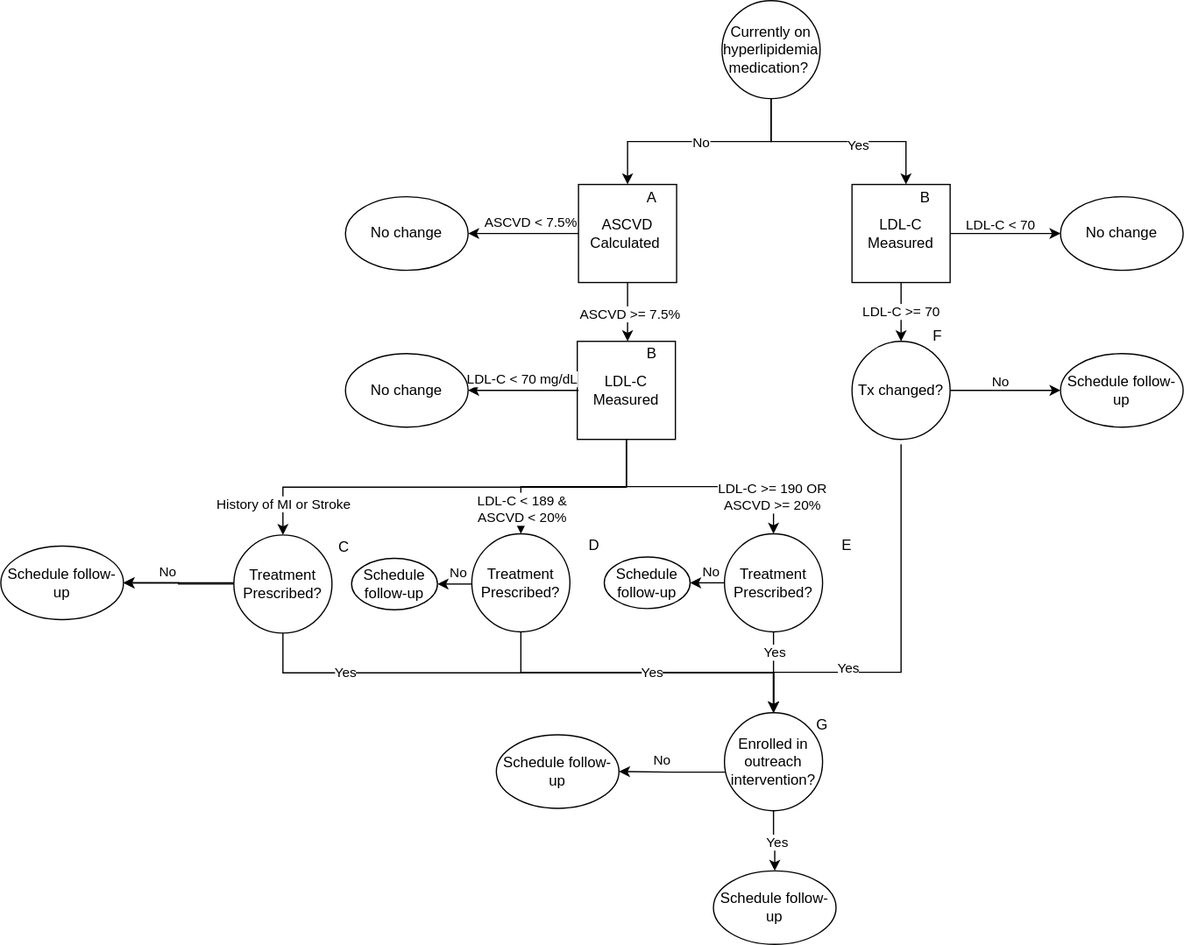
Before: docs/source/concept_models/vivarium_us_cvd/ldl_ramp_all.svg, a diagram exported from draw.io (ihmeuw/vivarium_research). Source tidied: cells renumbered, new cells last; positions are measured from the earlier drawing's top-left corner, leaving out a move shared by most shapes.
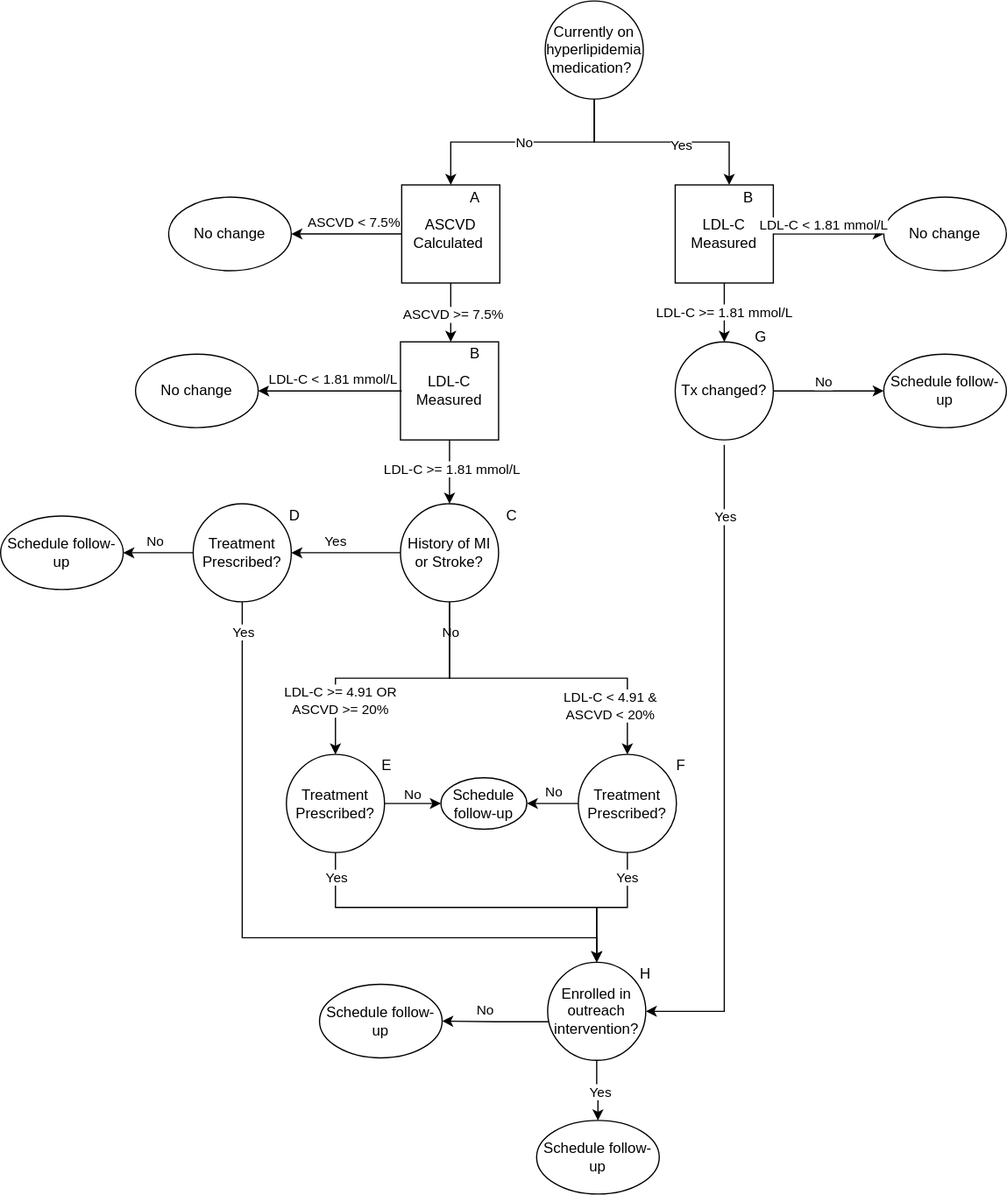
The same diagram one commit later.

What changed in the source:
```diff
@@ -19,19 +19,16 @@
     <mxCell id="6" style="edgeStyle=orthogonalEdgeStyle;rounded=0;jettySize=auto;html=1;entryX=0.5;entryY=0;entryDx=0;entryDy=0;exitX=0.5;exitY=1;exitDx=0;exitDy=0;" parent="1" edge="1" source="2" target="9">
       <mxGeometry relative="1" as="geometry" />
     </mxCell>
-    <mxCell id="7" value="History of MI or Stroke&amp;nbsp;" style="edgeLabel;html=1;align=center;verticalAlign=middle;" parent="6" vertex="1">
+    <mxCell id="7" value="No" style="edgeLabel;html=1;align=center;verticalAlign=middle;" parent="6" vertex="1">
       <mxGeometry x="0.02" y="1" relative="1" as="geometry">
-        <mxPoint x="-135" y="12" as="offset" />
+        <mxPoint x="-1" y="129" as="offset" />
       </mxGeometry>
     </mxCell>
-    <mxCell id="8" style="edgeStyle=orthogonalEdgeStyle;rounded=0;jettySize=auto;html=1;" parent="1" edge="1" source="9" target="19">
-      <mxGeometry relative="1" as="geometry" />
-    </mxCell>
-    <mxCell id="9" value="Treatment Prescribed?" style="ellipse;whiteSpace=wrap;html=1;" parent="1" vertex="1">
-      <mxGeometry x="190" y="436" width="80" height="80" as="geometry" />
+    <mxCell id="9" value="History of MI or Stroke?" style="ellipse;whiteSpace=wrap;html=1;" parent="1" vertex="1">
+      <mxGeometry x="470" y="410" width="80" height="80" as="geometry" />
     </mxCell>
-    <mxCell id="10" value="C" style="text;html=1;strokeColor=none;fillColor=none;align=center;verticalAlign=middle;whiteSpace=wrap;rounded=0;" parent="1" vertex="1">
-      <mxGeometry x="260" y="436" width="40" height="20" as="geometry" />
+    <mxCell id="10" value="D" style="text;html=1;strokeColor=none;fillColor=none;align=center;verticalAlign=middle;whiteSpace=wrap;rounded=0;" parent="1" vertex="1">
+      <mxGeometry x="364" y="410" width="40" height="20" as="geometry" />
     </mxCell>
     <mxCell id="11" value="No change" style="ellipse;whiteSpace=wrap;html=1;" parent="1" vertex="1">
       <mxGeometry x="281" y="160" width="100" height="60" as="geometry" />
@@ -49,18 +46,16 @@
         <mxPoint x="471" y="318" as="sourcePoint" />
       </mxGeometry>
     </mxCell>
-    <mxCell id="15" value="LDL-C &amp;lt; 70 mg/dL" style="edgeLabel;html=1;align=center;verticalAlign=middle;" parent="14" vertex="1">
+    <mxCell id="15" value="LDL-C &amp;lt; 1.81 mmol/L" style="edgeLabel;html=1;align=center;verticalAlign=middle;" parent="14" vertex="1">
       <mxGeometry x="0.4" y="-1" relative="1" as="geometry">
-        <mxPoint x="16" y="-9" as="offset" />
+        <mxPoint x="25" y="-9" as="offset" />
       </mxGeometry>
     </mxCell>
     <mxCell id="16" value="No change" style="ellipse;whiteSpace=wrap;html=1;" parent="1" vertex="1">
-      <mxGeometry x="281" y="288" width="100" height="60" as="geometry" />
+      <mxGeometry x="254" y="288" width="100" height="60" as="geometry" />
     </mxCell>
-    <mxCell id="17" style="edgeStyle=orthogonalEdgeStyle;rounded=0;jettySize=auto;html=1;exitX=0;exitY=0.5;exitDx=0;exitDy=0;entryX=1;entryY=0.5;entryDx=0;entryDy=0;" parent="1" edge="1" target="19">
-      <mxGeometry relative="1" as="geometry">
-        <mxPoint x="190" y="475" as="sourcePoint" />
-      </mxGeometry>
+    <mxCell id="17" style="edgeStyle=orthogonalEdgeStyle;rounded=0;jettySize=auto;html=1;exitX=0;exitY=0.5;exitDx=0;exitDy=0;entryX=1;entryY=0.5;entryDx=0;entryDy=0;" parent="1" edge="1" source="68" target="19">
+      <mxGeometry relative="1" as="geometry" />
     </mxCell>
     <mxCell id="18" value="No" style="edgeLabel;html=1;align=center;verticalAlign=middle;" parent="17" vertex="1">
       <mxGeometry x="0.4" y="-1" relative="1" as="geometry">
@@ -68,24 +63,16 @@
       </mxGeometry>
     </mxCell>
     <mxCell id="19" value="Schedule follow-up" style="ellipse;whiteSpace=wrap;html=1;" parent="1" vertex="1">
-      <mxGeometry y="445" width="100" height="60" as="geometry" />
+      <mxGeometry x="144" y="420" width="100" height="60" as="geometry" />
     </mxCell>
-    <mxCell id="20" style="edgeStyle=orthogonalEdgeStyle;rounded=0;jettySize=auto;html=1;entryX=0.5;entryY=0;entryDx=0;entryDy=0;exitX=0.5;exitY=1;exitDx=0;exitDy=0;" parent="1" edge="1" source="9" target="23">
-      <mxGeometry relative="1" as="geometry" />
-    </mxCell>
-    <mxCell id="21" value="Yes" style="edgeLabel;html=1;align=center;verticalAlign=middle;" parent="20" vertex="1">
-      <mxGeometry x="0.02" y="1" relative="1" as="geometry">
-        <mxPoint x="-155" as="offset" />
-      </mxGeometry>
-    </mxCell>
     <mxCell id="22" value="Schedule follow-up" style="ellipse;whiteSpace=wrap;html=1;" parent="1" vertex="1">
-      <mxGeometry x="581" y="710" width="100" height="60" as="geometry" />
+      <mxGeometry x="581" y="913" width="100" height="60" as="geometry" />
     </mxCell>
     <mxCell id="23" value="Enrolled in outreach intervention?" style="ellipse;whiteSpace=wrap;html=1;" parent="1" vertex="1">
-      <mxGeometry x="590" y="581" width="80" height="80" as="geometry" />
+      <mxGeometry x="590" y="784" width="80" height="80" as="geometry" />
     </mxCell>
-    <mxCell id="24" value="G" style="text;html=1;strokeColor=none;fillColor=none;align=center;verticalAlign=middle;whiteSpace=wrap;rounded=0;" parent="1" vertex="1">
-      <mxGeometry x="650" y="581" width="40" height="20" as="geometry" />
+    <mxCell id="24" value="H" style="text;html=1;strokeColor=none;fillColor=none;align=center;verticalAlign=middle;whiteSpace=wrap;rounded=0;" parent="1" vertex="1">
+      <mxGeometry x="650" y="784" width="40" height="20" as="geometry" />
     </mxCell>
     <mxCell id="25" style="edgeStyle=orthogonalEdgeStyle;rounded=0;jettySize=auto;html=1;exitX=0.5;exitY=1;exitDx=0;exitDy=0;entryX=0.5;entryY=0;entryDx=0;entryDy=0;" parent="1" edge="1" source="23" target="22">
       <mxGeometry relative="1" as="geometry" />
@@ -94,11 +81,11 @@
       <mxGeometry x="0.02" y="1" relative="1" as="geometry" />
     </mxCell>
     <mxCell id="27" value="Schedule follow-up" style="ellipse;whiteSpace=wrap;html=1;" parent="1" vertex="1">
-      <mxGeometry x="404" y="599" width="100" height="60" as="geometry" />
+      <mxGeometry x="404" y="802" width="100" height="60" as="geometry" />
     </mxCell>
     <mxCell id="28" style="edgeStyle=orthogonalEdgeStyle;rounded=0;jettySize=auto;html=1;exitX=0;exitY=0.5;exitDx=0;exitDy=0;entryX=1;entryY=0.5;entryDx=0;entryDy=0;" parent="1" edge="1" target="27">
       <mxGeometry relative="1" as="geometry">
-        <mxPoint x="591" y="629.5" as="sourcePoint" />
+        <mxPoint x="591" y="832.5" as="sourcePoint" />
       </mxGeometry>
     </mxCell>
     <mxCell id="29" value="No" style="edgeLabel;html=1;align=center;verticalAlign=middle;" parent="28" vertex="1">
@@ -132,26 +119,29 @@
     <mxCell id="35" value="LDL-C Measured" style="whiteSpace=wrap;html=1;" parent="1" vertex="1">
       <mxGeometry x="694" y="150" width="80" height="80" as="geometry" />
     </mxCell>
-    <mxCell id="36" value="LDL-C &amp;gt;= 70" style="edgeStyle=orthogonalEdgeStyle;rounded=0;jettySize=auto;html=1;exitX=0.5;exitY=1;exitDx=0;exitDy=0;entryX=0.5;entryY=0;entryDx=0;entryDy=0;" parent="1" edge="1" source="35">
+    <mxCell id="36" value="LDL-C &amp;gt;= 1.81 mmol/L" style="edgeStyle=orthogonalEdgeStyle;rounded=0;jettySize=auto;html=1;exitX=0.5;exitY=1;exitDx=0;exitDy=0;entryX=0.5;entryY=0;entryDx=0;entryDy=0;" parent="1" edge="1" source="35">
       <mxGeometry relative="1" as="geometry">
         <mxPoint x="734" y="278" as="targetPoint" />
+        <Array as="points">
+          <mxPoint x="734" y="254" />
+          <mxPoint x="734" y="254" />
+        </Array>
       </mxGeometry>
     </mxCell>
-    <mxCell id="37" style="edgeStyle=orthogonalEdgeStyle;rounded=0;jettySize=auto;html=1;exitX=0.5;exitY=1;exitDx=0;exitDy=0;entryX=0.5;entryY=0;entryDx=0;entryDy=0;" parent="1" edge="1" target="23">
+    <mxCell id="37" style="edgeStyle=orthogonalEdgeStyle;rounded=0;jettySize=auto;html=1;exitX=0.5;exitY=1;exitDx=0;exitDy=0;entryX=1;entryY=0.5;entryDx=0;entryDy=0;" parent="1" edge="1" target="23">
       <mxGeometry relative="1" as="geometry">
         <mxPoint x="734" y="362" as="sourcePoint" />
         <Array as="points">
-          <mxPoint x="734" y="548" />
-          <mxPoint x="630" y="548" />
+          <mxPoint x="734" y="824" />
         </Array>
       </mxGeometry>
     </mxCell>
     <mxCell id="38" value="Yes" style="edgeLabel;html=1;align=center;verticalAlign=middle;" parent="37" vertex="1">
       <mxGeometry x="0.02" y="1" relative="1" as="geometry">
-        <mxPoint x="-45" y="17" as="offset" />
+        <mxPoint x="-1" y="-211" as="offset" />
       </mxGeometry>
     </mxCell>
-    <mxCell id="39" value="F" style="text;html=1;strokeColor=none;fillColor=none;align=center;verticalAlign=middle;whiteSpace=wrap;rounded=0;" parent="1" vertex="1">
+    <mxCell id="39" value="G" style="text;html=1;strokeColor=none;fillColor=none;align=center;verticalAlign=middle;whiteSpace=wrap;rounded=0;" parent="1" vertex="1">
       <mxGeometry x="754" y="264" width="20" height="20" as="geometry" />
     </mxCell>
     <mxCell id="40" value="No change" style="ellipse;whiteSpace=wrap;html=1;" parent="1" vertex="1">
@@ -160,7 +150,7 @@
     <mxCell id="41" style="edgeStyle=orthogonalEdgeStyle;rounded=0;jettySize=auto;html=1;exitX=1;exitY=0.5;exitDx=0;exitDy=0;entryX=0;entryY=0.5;entryDx=0;entryDy=0;" parent="1" edge="1" source="35" target="40">
       <mxGeometry relative="1" as="geometry" />
     </mxCell>
-    <mxCell id="42" value="LDL-C &amp;lt; 70" style="edgeLabel;html=1;align=center;verticalAlign=middle;" parent="41" vertex="1">
+    <mxCell id="42" value="LDL-C &amp;lt; 1.81 mmol/L" style="edgeLabel;html=1;align=center;verticalAlign=middle;" parent="41" vertex="1">
       <mxGeometry x="0.4" y="-1" relative="1" as="geometry">
         <mxPoint x="-23" y="-9" as="offset" />
       </mxGeometry>
@@ -189,62 +179,59 @@
       <mxGeometry x="734" y="151" width="40" height="20" as="geometry" />
     </mxCell>
     <mxCell id="50" value="Treatment Prescribed?" style="ellipse;whiteSpace=wrap;html=1;" parent="1" vertex="1">
-      <mxGeometry x="384" y="435" width="80" height="80" as="geometry" />
+      <mxGeometry x="377" y="614.5" width="80" height="80" as="geometry" />
     </mxCell>
     <mxCell id="51" value="Treatment Prescribed?" style="ellipse;whiteSpace=wrap;html=1;" parent="1" vertex="1">
-      <mxGeometry x="590" y="435" width="80" height="80" as="geometry" />
+      <mxGeometry x="615" y="614.5" width="80" height="80" as="geometry" />
     </mxCell>
-    <mxCell id="52" value="D" style="text;html=1;strokeColor=none;fillColor=none;align=center;verticalAlign=middle;whiteSpace=wrap;rounded=0;" parent="1" vertex="1">
-      <mxGeometry x="464" y="435" width="40" height="20" as="geometry" />
+    <mxCell id="52" value="E" style="text;html=1;strokeColor=none;fillColor=none;align=center;verticalAlign=middle;whiteSpace=wrap;rounded=0;" parent="1" vertex="1">
+      <mxGeometry x="439" y="613.5" width="40" height="20" as="geometry" />
     </mxCell>
-    <mxCell id="53" value="E" style="text;html=1;strokeColor=none;fillColor=none;align=center;verticalAlign=middle;whiteSpace=wrap;rounded=0;" parent="1" vertex="1">
-      <mxGeometry x="670" y="435" width="40" height="20" as="geometry" />
+    <mxCell id="53" value="F" style="text;html=1;strokeColor=none;fillColor=none;align=center;verticalAlign=middle;whiteSpace=wrap;rounded=0;" parent="1" vertex="1">
+      <mxGeometry x="679" y="613.5" width="40" height="20" as="geometry" />
     </mxCell>
-    <mxCell id="54" style="edgeStyle=orthogonalEdgeStyle;rounded=0;jettySize=auto;html=1;entryX=0.5;entryY=0;entryDx=0;entryDy=0;exitX=0.5;exitY=1;exitDx=0;exitDy=0;" parent="1" edge="1" source="2" target="50">
+    <mxCell id="54" style="edgeStyle=orthogonalEdgeStyle;rounded=0;jettySize=auto;html=1;entryX=0.5;entryY=0;entryDx=0;entryDy=0;exitX=0.5;exitY=1;exitDx=0;exitDy=0;" parent="1" edge="1" source="9" target="50">
       <mxGeometry relative="1" as="geometry" />
     </mxCell>
-    <mxCell id="55" value="LDL-C &amp;lt; 189 &amp;amp; &lt;br&gt;ASCVD &amp;lt; 20%" style="edgeLabel;html=1;align=center;verticalAlign=middle;" parent="54" vertex="1">
+    <mxCell id="55" value="LDL-C &amp;gt;= 4.91 OR&lt;br&gt;ASCVD &amp;gt;= 20%" style="edgeLabel;html=1;align=center;verticalAlign=middle;" parent="54" vertex="1">
       <mxGeometry x="0.02" y="1" relative="1" as="geometry">
         <mxPoint x="-41" y="17" as="offset" />
       </mxGeometry>
     </mxCell>
-    <mxCell id="56" style="edgeStyle=orthogonalEdgeStyle;rounded=0;jettySize=auto;html=1;exitX=0.5;exitY=1;exitDx=0;exitDy=0;" parent="1" edge="1" source="2" target="51">
+    <mxCell id="56" style="edgeStyle=orthogonalEdgeStyle;rounded=0;jettySize=auto;html=1;exitX=0.5;exitY=1;exitDx=0;exitDy=0;" parent="1" edge="1" source="9" target="51">
       <mxGeometry relative="1" as="geometry" />
     </mxCell>
-    <mxCell id="57" value="LDL-C &amp;gt;= 190 OR &lt;br&gt;ASCVD &amp;gt;= 20%" style="edgeLabel;html=1;align=center;verticalAlign=middle;" parent="56" vertex="1">
+    <mxCell id="57" value="LDL-C &amp;lt; 4.91 &amp;amp;&lt;br&gt;ASCVD &amp;lt; 20%" style="edgeLabel;html=1;align=center;verticalAlign=middle;" parent="56" vertex="1">
       <mxGeometry x="0.02" y="1" relative="1" as="geometry">
-        <mxPoint x="56" y="9" as="offset" />
+        <mxPoint x="55" y="23" as="offset" />
       </mxGeometry>
     </mxCell>
     <mxCell id="58" style="edgeStyle=orthogonalEdgeStyle;rounded=0;jettySize=auto;html=1;entryX=0.5;entryY=0;entryDx=0;entryDy=0;exitX=0.5;exitY=1;exitDx=0;exitDy=0;" parent="1" edge="1" source="50" target="23">
       <mxGeometry relative="1" as="geometry" />
     </mxCell>
     <mxCell id="59" value="Yes" style="edgeLabel;html=1;align=center;verticalAlign=middle;" parent="58" vertex="1">
-      <mxGeometry x="0.02" y="1" relative="1" as="geometry" />
+      <mxGeometry x="0.02" y="1" relative="1" as="geometry">
+        <mxPoint x="-110" y="-24" as="offset" />
+      </mxGeometry>
     </mxCell>
     <mxCell id="60" style="edgeStyle=orthogonalEdgeStyle;rounded=0;jettySize=auto;html=1;entryX=0.5;entryY=0;entryDx=0;entryDy=0;exitX=0.5;exitY=1;exitDx=0;exitDy=0;" parent="1" edge="1" source="51" target="23">
       <mxGeometry relative="1" as="geometry" />
     </mxCell>
     <mxCell id="61" value="Yes" style="edgeLabel;html=1;align=center;verticalAlign=middle;" parent="60" vertex="1">
       <mxGeometry x="0.02" y="1" relative="1" as="geometry">
-        <mxPoint x="-1" y="-18" as="offset" />
+        <mxPoint x="14" y="-26" as="offset" />
       </mxGeometry>
     </mxCell>
-    <mxCell id="62" style="rounded=0;jettySize=auto;html=1;exitX=0;exitY=0.5;exitDx=0;exitDy=0;entryX=1;entryY=0.5;entryDx=0;entryDy=0;" parent="1" edge="1" target="64">
-      <mxGeometry relative="1" as="geometry">
-        <mxPoint x="384" y="476" as="sourcePoint" />
-      </mxGeometry>
+    <mxCell id="62" style="rounded=0;jettySize=auto;html=1;exitX=1;exitY=0.5;exitDx=0;exitDy=0;entryX=0;entryY=0.5;entryDx=0;entryDy=0;" parent="1" edge="1" source="50" target="65">
+      <mxGeometry relative="1" as="geometry" />
     </mxCell>
     <mxCell id="63" value="No" style="edgeLabel;html=1;align=center;verticalAlign=middle;" parent="62" vertex="1">
       <mxGeometry x="0.4" y="-1" relative="1" as="geometry">
-        <mxPoint x="8" y="-9" as="offset" />
+        <mxPoint x="-10" y="-9" as="offset" />
       </mxGeometry>
     </mxCell>
-    <mxCell id="64" value="Schedule follow-up" style="ellipse;whiteSpace=wrap;html=1;" parent="1" vertex="1">
-      <mxGeometry x="286" y="455" width="70" height="42" as="geometry" />
-    </mxCell>
     <mxCell id="65" value="Schedule follow-up" style="ellipse;whiteSpace=wrap;html=1;" parent="1" vertex="1">
-      <mxGeometry x="492" y="454" width="70" height="42" as="geometry" />
+      <mxGeometry x="503" y="633.5" width="70" height="42" as="geometry" />
     </mxCell>
     <mxCell id="66" style="rounded=0;jettySize=auto;html=1;exitX=0;exitY=0.5;exitDx=0;exitDy=0;entryX=1;entryY=0.5;entryDx=0;entryDy=0;" parent="1" edge="1" source="51" target="65">
       <mxGeometry relative="1" as="geometry" />
@@ -254,5 +241,35 @@
         <mxPoint x="8" y="-9" as="offset" />
       </mxGeometry>
     </mxCell>
+    <mxCell id="68" value="Treatment Prescribed?" style="ellipse;whiteSpace=wrap;html=1;" parent="1" vertex="1">
+      <mxGeometry x="301" y="410" width="80" height="80" as="geometry" />
+    </mxCell>
+    <mxCell id="69" style="edgeStyle=orthogonalEdgeStyle;rounded=0;jettySize=auto;html=1;exitX=0;exitY=0.5;exitDx=0;exitDy=0;entryX=1;entryY=0.5;entryDx=0;entryDy=0;" parent="1" edge="1" source="9" target="68">
+      <mxGeometry relative="1" as="geometry" />
+    </mxCell>
+    <mxCell id="70" value="Yes" style="edgeLabel;html=1;align=center;verticalAlign=middle;" parent="69" vertex="1">
+      <mxGeometry x="0.4" y="-1" relative="1" as="geometry">
+        <mxPoint x="8" y="-9" as="offset" />
+      </mxGeometry>
+    </mxCell>
+    <mxCell id="71" value="C" style="text;html=1;strokeColor=none;fillColor=none;align=center;verticalAlign=middle;whiteSpace=wrap;rounded=0;" parent="1" vertex="1">
+      <mxGeometry x="541" y="410" width="40" height="20" as="geometry" />
+    </mxCell>
+    <mxCell id="72" style="edgeStyle=orthogonalEdgeStyle;rounded=0;jettySize=auto;html=1;exitX=0.5;exitY=1;exitDx=0;exitDy=0;entryX=0.5;entryY=0;entryDx=0;entryDy=0;" parent="1" edge="1" source="68" target="23">
+      <mxGeometry relative="1" as="geometry">
+        <Array as="points">
+          <mxPoint x="341" y="764" />
+          <mxPoint x="630" y="764" />
+        </Array>
+      </mxGeometry>
+    </mxCell>
+    <mxCell id="73" value="Yes" style="edgeLabel;html=1;align=center;verticalAlign=middle;" parent="72" vertex="1">
+      <mxGeometry x="0.4" y="-1" relative="1" as="geometry">
+        <mxPoint x="-134" y="-251" as="offset" />
+      </mxGeometry>
+    </mxCell>
+    <mxCell id="74" value="LDL-C &amp;gt;= 1.81 mmol/L" style="edgeLabel;html=1;align=center;verticalAlign=middle;" parent="1" vertex="1">
+      <mxGeometry x="511" y="381" as="geometry" />
+    </mxCell>
   </root>
 </mxGraphModel>
```
